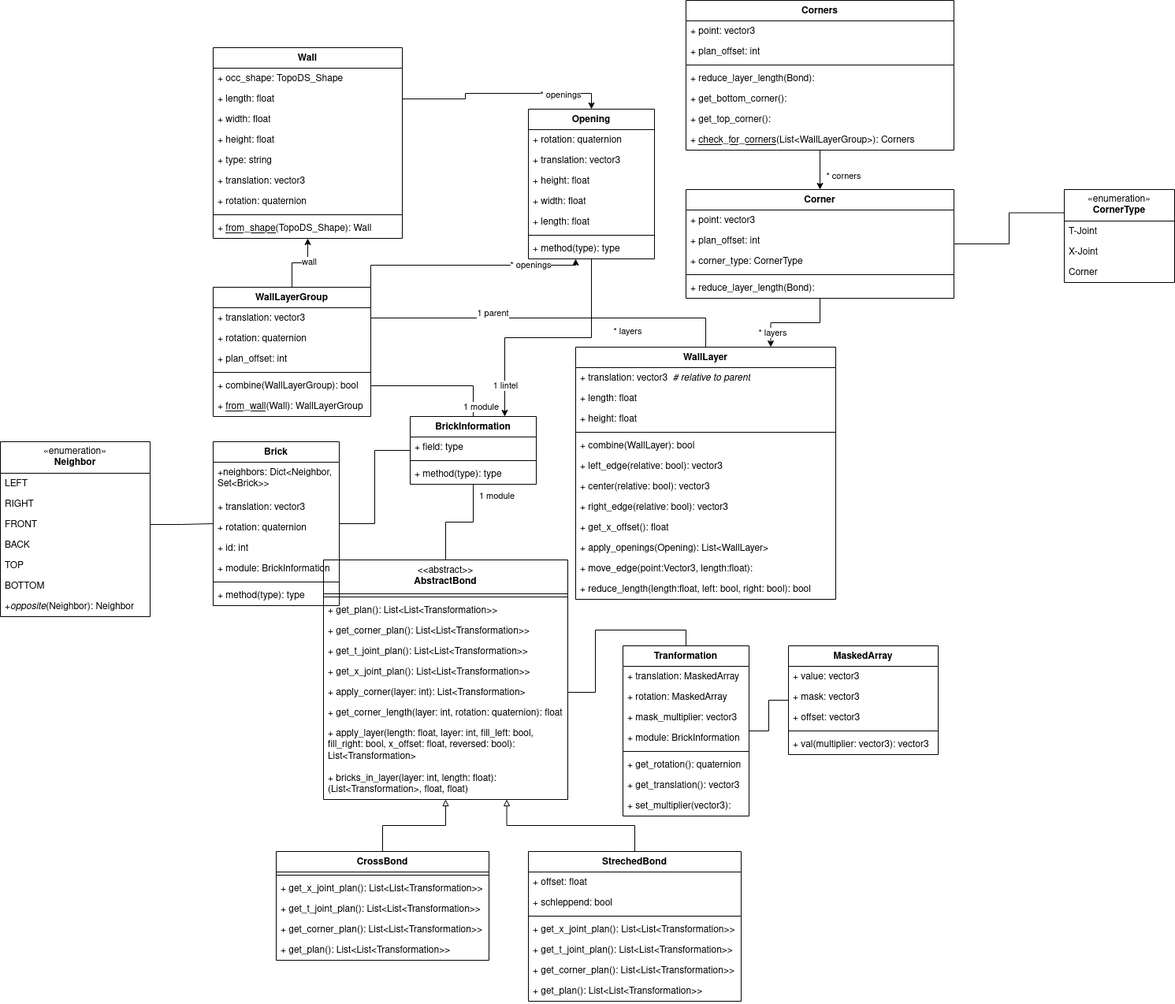
This is txt/fig/klassendiagramm_alles_notwendige.drawio.png from rossizero/masterarbeit, a draw.io export, as it was before one commit. Source tidied: cells renumbered, new cells last; positions are measured from the earlier drawing's top-left corner, leaving out a move shared by most shapes.
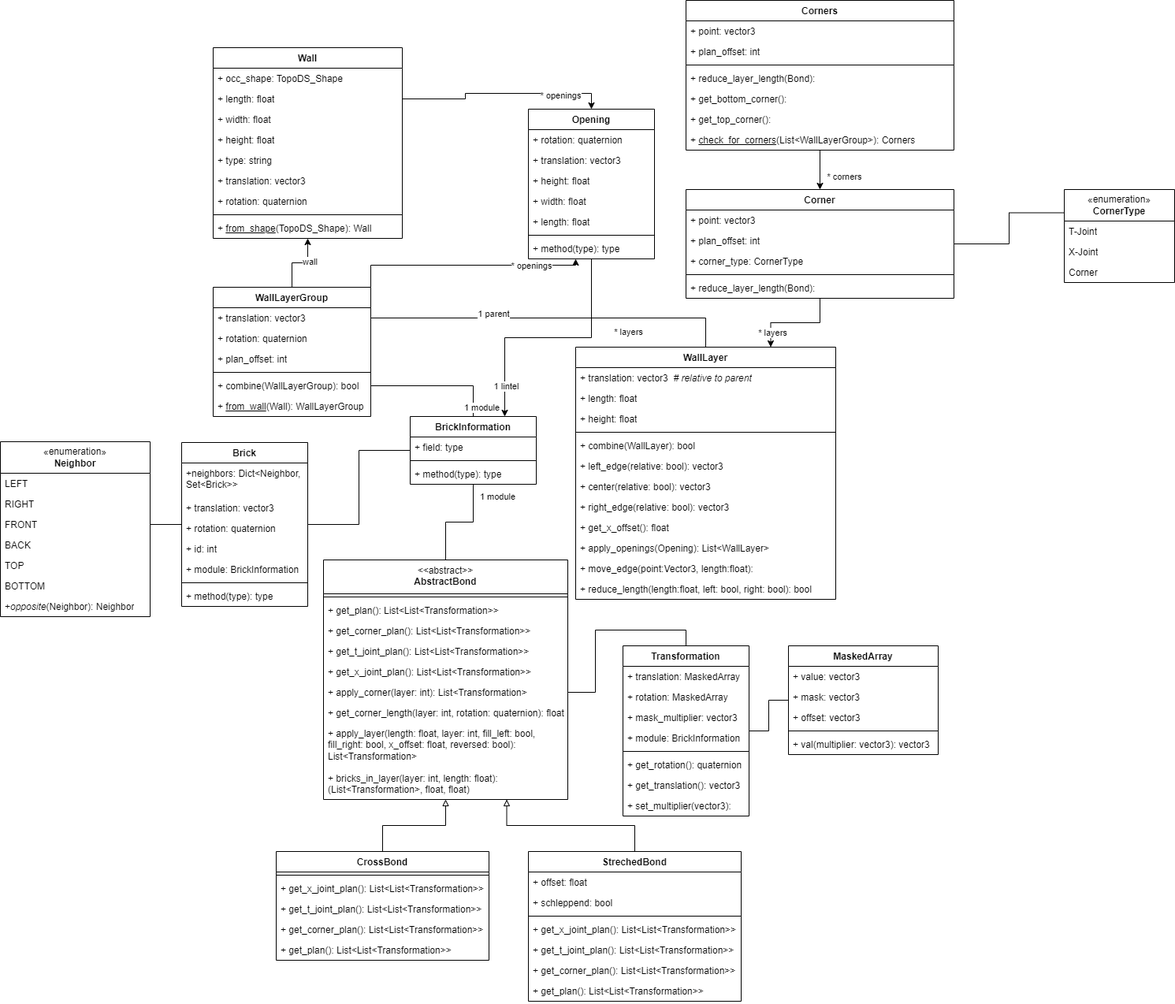
Later version of the same file.

Commit message:
fixed typo in diagram

Change to the diagram source:
```diff
@@ -344,7 +344,7 @@
     <mxCell id="108" style="edgeStyle=orthogonalEdgeStyle;rounded=0;jettySize=auto;html=1;endArrow=none;endFill=0;" parent="1" edge="1" source="109" target="118">
       <mxGeometry relative="1" as="geometry" />
     </mxCell>
-    <mxCell id="109" value="Tranformation" style="swimlane;fontStyle=1;align=center;verticalAlign=top;horizontal=1;startSize=26;whiteSpace=wrap;html=1;" parent="1" vertex="1">
+    <mxCell id="109" value="Transformation" style="swimlane;fontStyle=1;align=center;verticalAlign=top;horizontal=1;startSize=26;whiteSpace=wrap;html=1;" parent="1" vertex="1">
       <mxGeometry x="790" y="819" width="160" height="216" as="geometry" />
     </mxCell>
     <mxCell id="110" value="+ translation: MaskedArray" style="text;strokeColor=none;fillColor=none;align=left;verticalAlign=top;spacingLeft=4;spacingRight=4;overflow=hidden;whiteSpace=wrap;html=1;" parent="109" vertex="1">
@@ -420,7 +420,7 @@
       <mxGeometry relative="1" as="geometry" />
     </mxCell>
     <mxCell id="134" value="Brick" style="swimlane;fontStyle=1;align=center;verticalAlign=top;horizontal=1;startSize=26;whiteSpace=wrap;html=1;" parent="1" vertex="1">
-      <mxGeometry x="270" y="560" width="160" height="208" as="geometry" />
+      <mxGeometry x="230" y="561" width="160" height="208" as="geometry" />
     </mxCell>
     <mxCell id="135" value="+neighbors: Dict&amp;lt;Neighbor, Set&amp;lt;Brick&amp;gt;&amp;gt;" style="text;strokeColor=none;fillColor=none;align=left;verticalAlign=top;spacingLeft=4;spacingRight=4;overflow=hidden;whiteSpace=wrap;html=1;" parent="134" vertex="1">
       <mxGeometry y="26" width="160" height="44" as="geometry" />
```
